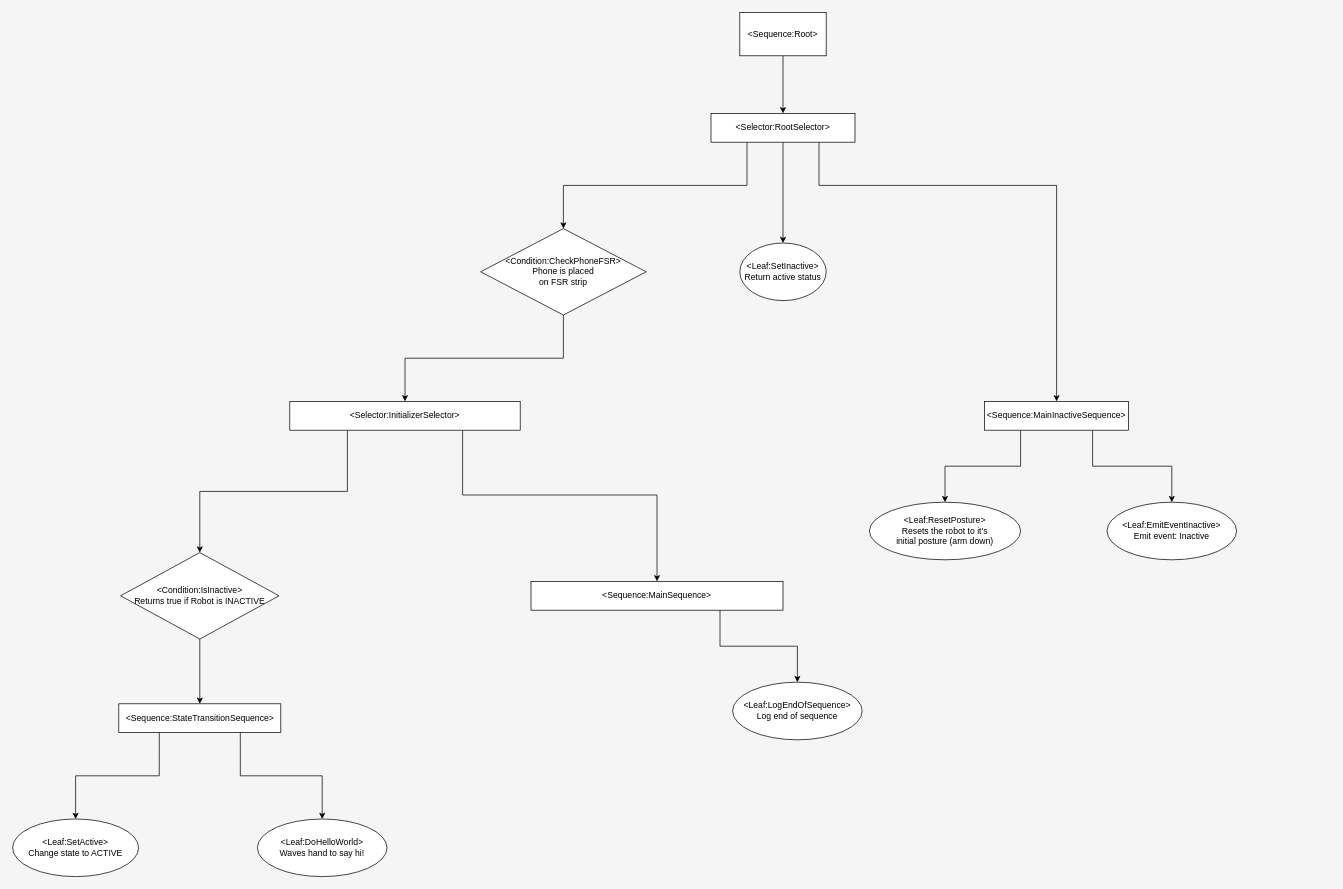
This is docs/behavior-model.drawio from massivebugs/telebyte-robot, a draw.io file, before an edit. Source tidied: cells renumbered, new cells numbered last; positions are measured from the earlier drawing's top-left corner, leaving out a move shared by most shapes. Both pictures are drawn from the tidied source at 72%, with x=0, y=0 at pixel (12, 12).
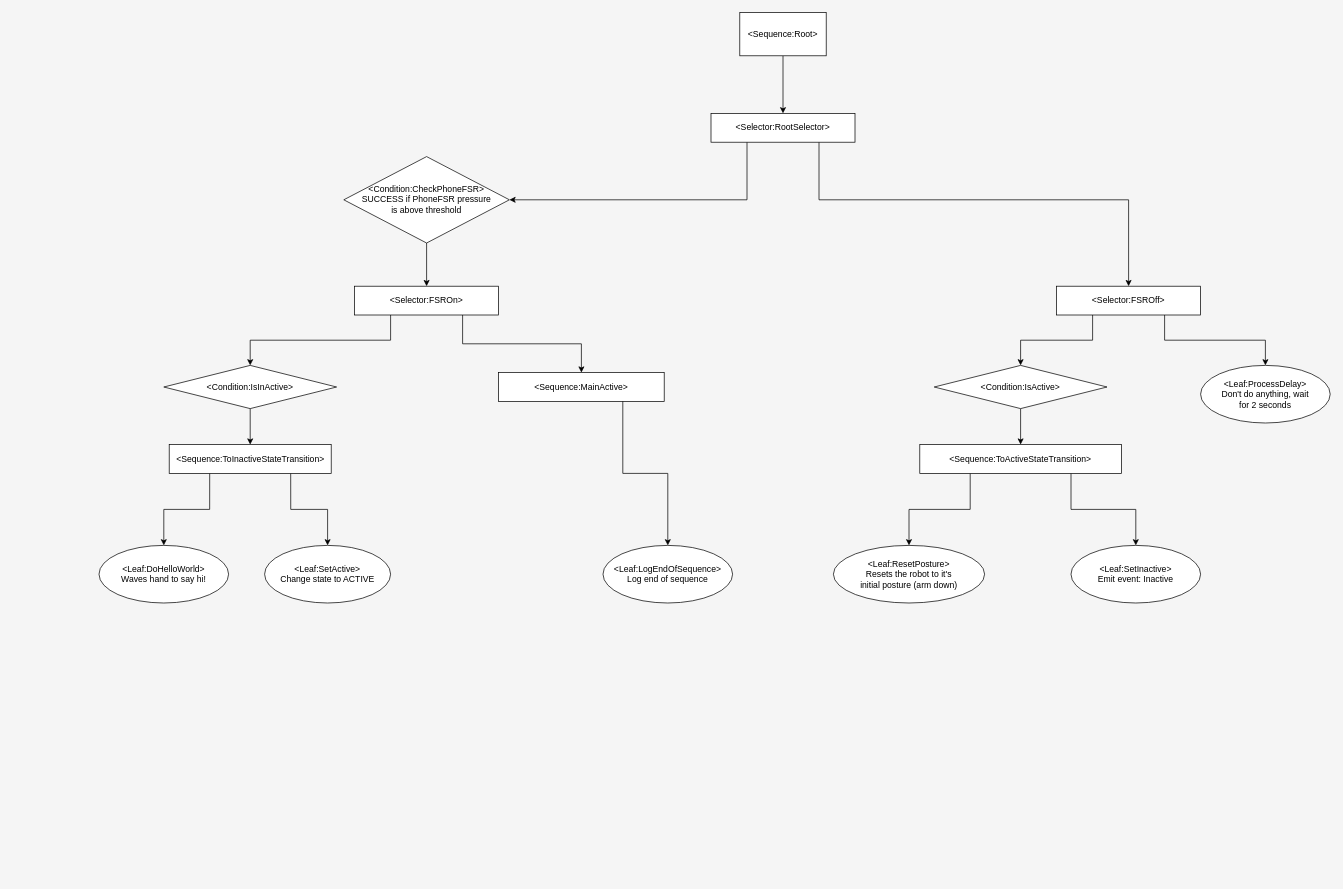
The same diagram, later.

Unchanged cells that the change refers to:
```xml
<mxCell id="5" value="&amp;lt;Selector:RootSelector&amp;gt;" style="rounded=0;whiteSpace=wrap;html=1;" parent="1" vertex="1">
  <mxGeometry x="970" y="140" width="200" height="40" as="geometry" />
</mxCell>
```

Change to the diagram source:
```diff
@@
+    <mxCell id="29" style="edgeStyle=orthogonalEdgeStyle;rounded=0;html=1;exitX=0.75;exitY=1;exitDx=0;exitDy=0;entryX=0.5;entryY=0;entryDx=0;entryDy=0;" parent="1" edge="1" source="5" target="35">
+      <mxGeometry relative="1" as="geometry">
+        <Array as="points">
+          <mxPoint x="1120" y="260" />
+          <mxPoint x="1550" y="260" />
+        </Array>
+      </mxGeometry>
+    </mxCell>
-    <mxCell id="2" style="edgeStyle=orthogonalEdgeStyle;rounded=0;html=1;exitX=0.25;exitY=1;exitDx=0;exitDy=0;entryX=0.5;entryY=0;entryDx=0;entryDy=0;" parent="1" edge="1" source="5" target="14">
+    <mxCell id="2" style="edgeStyle=orthogonalEdgeStyle;rounded=0;html=1;exitX=0.25;exitY=1;exitDx=0;exitDy=0;entryX=1;entryY=0.5;entryDx=0;entryDy=0;" parent="1" edge="1" source="5" target="14">
       <mxGeometry relative="1" as="geometry" />
     </mxCell>
-    <mxCell id="3" style="edgeStyle=orthogonalEdgeStyle;rounded=0;html=1;exitX=0.5;exitY=1;exitDx=0;exitDy=0;entryX=0.5;entryY=0;entryDx=0;entryDy=0;" parent="1" edge="1" source="5" target="15">
-      <mxGeometry relative="1" as="geometry" />
-    </mxCell>
-    <mxCell id="4" style="edgeStyle=orthogonalEdgeStyle;rounded=0;html=1;exitX=0.75;exitY=1;exitDx=0;exitDy=0;entryX=0.5;entryY=0;entryDx=0;entryDy=0;" parent="1" edge="1" source="5" target="8">
-      <mxGeometry relative="1" as="geometry">
-        <Array as="points">
-          <mxPoint x="1120" y="240" />
-          <mxPoint x="1450" y="240" />
-        </Array>
-      </mxGeometry>
-    </mxCell>
@@
-    <mxCell id="8" value="&amp;lt;Sequence:MainInactiveSequence&amp;gt;" style="rounded=0;whiteSpace=wrap;html=1;" parent="1" vertex="1">
-      <mxGeometry x="1350" y="540" width="200" height="40" as="geometry" />
+    <mxCell id="8" value="&amp;lt;Sequence:ToActiveStateTransition&amp;gt;" style="rounded=0;whiteSpace=wrap;html=1;" parent="1" vertex="1">
+      <mxGeometry x="1260" y="600" width="280" height="40" as="geometry" />
     </mxCell>
@@
     <mxCell id="11" value="&amp;lt;Leaf:ResetPosture&amp;gt;&lt;br&gt;Resets the robot to it's&lt;br&gt;initial posture (arm down)" style="ellipse;whiteSpace=wrap;html=1;" parent="1" vertex="1">
-      <mxGeometry x="1190" y="680" width="210" height="80" as="geometry" />
+      <mxGeometry x="1140" y="740" width="210" height="80" as="geometry" />
     </mxCell>
-    <mxCell id="12" value="&amp;lt;Leaf:EmitEventInactive&amp;gt;&lt;br&gt;Emit event: Inactive" style="ellipse;whiteSpace=wrap;html=1;" parent="1" vertex="1">
-      <mxGeometry x="1520" y="680" width="180" height="80" as="geometry" />
+    <mxCell id="12" value="&amp;lt;Leaf:SetInactive&amp;gt;&lt;br&gt;Emit event: Inactive" style="ellipse;whiteSpace=wrap;html=1;" parent="1" vertex="1">
+      <mxGeometry x="1470" y="740" width="180" height="80" as="geometry" />
     </mxCell>
-    <mxCell id="13" style="edgeStyle=orthogonalEdgeStyle;rounded=0;html=1;exitX=0.5;exitY=1;exitDx=0;exitDy=0;entryX=0.5;entryY=0;entryDx=0;entryDy=0;" parent="1" edge="1" source="14" target="26">
-      <mxGeometry relative="1" as="geometry" />
-    </mxCell>
+    <mxCell id="30" style="edgeStyle=orthogonalEdgeStyle;html=1;exitX=0.5;exitY=1;exitDx=0;exitDy=0;entryX=0.5;entryY=0;entryDx=0;entryDy=0;rounded=0;" parent="1" edge="1" source="14" target="38">
+      <mxGeometry relative="1" as="geometry" />
+    </mxCell>
-    <mxCell id="14" value="&amp;lt;Condition:CheckPhoneFSR&amp;gt;&lt;br&gt;Phone is placed&lt;br&gt;on FSR strip" style="rhombus;whiteSpace=wrap;html=1;" parent="1" vertex="1">
-      <mxGeometry x="650" y="300" width="230" height="120" as="geometry" />
+    <mxCell id="14" value="&amp;lt;Condition:CheckPhoneFSR&amp;gt;&lt;br&gt;SUCCESS if PhoneFSR pressure&lt;br&gt;is above threshold" style="rhombus;whiteSpace=wrap;html=1;" parent="1" vertex="1">
+      <mxGeometry x="460" y="200" width="230" height="120" as="geometry" />
     </mxCell>
-    <mxCell id="15" value="&amp;lt;Leaf:SetInactive&amp;gt;&lt;br&gt;Return active status" style="ellipse;whiteSpace=wrap;html=1;" parent="1" vertex="1">
-      <mxGeometry x="1010" y="320" width="120" height="80" as="geometry" />
-    </mxCell>
     <mxCell id="16" value="&amp;lt;Leaf:SetActive&amp;gt;&lt;br&gt;Change state to ACTIVE" style="ellipse;whiteSpace=wrap;html=1;" parent="1" vertex="1">
-      <mxGeometry y="1120" width="175" height="80" as="geometry" />
+      <mxGeometry x="350" y="740" width="175" height="80" as="geometry" />
     </mxCell>
-    <mxCell id="17" style="edgeStyle=orthogonalEdgeStyle;html=1;exitX=0.25;exitY=1;exitDx=0;exitDy=0;entryX=0.5;entryY=0;entryDx=0;entryDy=0;rounded=0;" parent="1" edge="1" source="28" target="16">
-      <mxGeometry relative="1" as="geometry" />
-    </mxCell>
-    <mxCell id="18" value="&amp;lt;Sequence:MainSequence&amp;gt;" style="rounded=0;whiteSpace=wrap;html=1;" parent="1" vertex="1">
-      <mxGeometry x="720" y="790" width="350" height="40" as="geometry" />
+    <mxCell id="18" value="&amp;lt;Sequence:MainActive&amp;gt;" style="rounded=0;whiteSpace=wrap;html=1;" parent="1" vertex="1">
+      <mxGeometry x="675" y="500" width="230" height="40" as="geometry" />
     </mxCell>
     <mxCell id="19" value="&amp;lt;Leaf:LogEndOfSequence&amp;gt;&lt;br&gt;Log end of sequence" style="ellipse;whiteSpace=wrap;html=1;" parent="1" vertex="1">
-      <mxGeometry x="1000" y="930" width="180" height="80" as="geometry" />
+      <mxGeometry x="820" y="740" width="180" height="80" as="geometry" />
     </mxCell>
@@
     <mxCell id="21" value="&amp;lt;Leaf:DoHelloWorld&amp;gt;&lt;br&gt;Waves hand to say hi!" style="ellipse;whiteSpace=wrap;html=1;" parent="1" vertex="1">
-      <mxGeometry x="340" y="1120" width="180" height="80" as="geometry" />
+      <mxGeometry x="120" y="740" width="180" height="80" as="geometry" />
     </mxCell>
-    <mxCell id="22" style="edgeStyle=orthogonalEdgeStyle;rounded=0;html=1;exitX=0.5;exitY=1;exitDx=0;exitDy=0;entryX=0.5;entryY=0;entryDx=0;entryDy=0;" parent="1" edge="1" source="23" target="28">
+    <mxCell id="22" style="edgeStyle=orthogonalEdgeStyle;rounded=0;html=1;exitX=0.5;exitY=1;exitDx=0;exitDy=0;entryX=0.5;entryY=0;entryDx=0;entryDy=0;" parent="1" edge="1" source="40" target="28">
       <mxGeometry relative="1" as="geometry" />
     </mxCell>
-    <mxCell id="23" value="&amp;lt;Condition:IsInactive&amp;gt;&lt;br&gt;Returns true if Robot is INACTIVE" style="rhombus;whiteSpace=wrap;html=1;" parent="1" vertex="1">
-      <mxGeometry x="150" y="750" width="220" height="120" as="geometry" />
-    </mxCell>
-    <mxCell id="24" style="edgeStyle=orthogonalEdgeStyle;rounded=0;html=1;exitX=0.25;exitY=1;exitDx=0;exitDy=0;entryX=0.5;entryY=0;entryDx=0;entryDy=0;" parent="1" edge="1" source="26" target="23">
-      <mxGeometry relative="1" as="geometry" />
-    </mxCell>
-    <mxCell id="25" style="edgeStyle=orthogonalEdgeStyle;rounded=0;html=1;exitX=0.75;exitY=1;exitDx=0;exitDy=0;entryX=0.5;entryY=0;entryDx=0;entryDy=0;" parent="1" edge="1" source="26" target="18">
-      <mxGeometry relative="1" as="geometry">
-        <Array as="points">
-          <mxPoint x="625" y="670" />
-          <mxPoint x="895" y="670" />
-        </Array>
-      </mxGeometry>
-    </mxCell>
-    <mxCell id="26" value="&amp;lt;Selector:InitializerSelector&amp;gt;" style="rounded=0;whiteSpace=wrap;html=1;" parent="1" vertex="1">
-      <mxGeometry x="385" y="540" width="320" height="40" as="geometry" />
-    </mxCell>
-    <mxCell id="27" style="edgeStyle=orthogonalEdgeStyle;rounded=0;html=1;exitX=0.75;exitY=1;exitDx=0;exitDy=0;entryX=0.5;entryY=0;entryDx=0;entryDy=0;" parent="1" edge="1" source="28" target="21">
+    <mxCell id="27" style="edgeStyle=orthogonalEdgeStyle;rounded=0;html=1;exitX=0.25;exitY=1;exitDx=0;exitDy=0;entryX=0.5;entryY=0;entryDx=0;entryDy=0;" parent="1" edge="1" source="28" target="21">
       <mxGeometry relative="1" as="geometry" />
     </mxCell>
+    <mxCell id="17" style="edgeStyle=orthogonalEdgeStyle;rounded=0;html=1;exitX=0.75;exitY=1;exitDx=0;exitDy=0;entryX=0.5;entryY=0;entryDx=0;entryDy=0;" parent="1" edge="1" source="28" target="16">
+      <mxGeometry relative="1" as="geometry" />
+    </mxCell>
-    <mxCell id="28" value="&amp;lt;Sequence:StateTransitionSequence&amp;gt;" style="rounded=0;whiteSpace=wrap;html=1;" parent="1" vertex="1">
-      <mxGeometry x="147.5" y="960" width="225" height="40" as="geometry" />
+    <mxCell id="28" value="&amp;lt;Sequence:ToInactiveStateTransition&amp;gt;" style="rounded=0;whiteSpace=wrap;html=1;" parent="1" vertex="1">
+      <mxGeometry x="217.5" y="600" width="225" height="40" as="geometry" />
     </mxCell>
+    <mxCell id="31" style="edgeStyle=orthogonalEdgeStyle;rounded=0;html=1;exitX=0.5;exitY=1;exitDx=0;exitDy=0;entryX=0.5;entryY=0;entryDx=0;entryDy=0;" parent="1" edge="1" source="32" target="8">
+      <mxGeometry relative="1" as="geometry" />
+    </mxCell>
+    <mxCell id="32" value="&amp;lt;Condition:IsActive&amp;gt;" style="rhombus;whiteSpace=wrap;html=1;" parent="1" vertex="1">
+      <mxGeometry x="1280" y="490" width="240" height="60" as="geometry" />
+    </mxCell>
+    <mxCell id="33" style="edgeStyle=orthogonalEdgeStyle;html=1;exitX=0.25;exitY=1;exitDx=0;exitDy=0;entryX=0.5;entryY=0;entryDx=0;entryDy=0;rounded=0;" parent="1" edge="1" source="35" target="32">
+      <mxGeometry relative="1" as="geometry" />
+    </mxCell>
+    <mxCell id="34" style="edgeStyle=orthogonalEdgeStyle;rounded=0;html=1;exitX=0.75;exitY=1;exitDx=0;exitDy=0;entryX=0.5;entryY=0;entryDx=0;entryDy=0;" parent="1" edge="1" source="35" target="39">
+      <mxGeometry relative="1" as="geometry" />
+    </mxCell>
+    <mxCell id="35" value="&amp;lt;Selector:FSROff&amp;gt;" style="rounded=0;whiteSpace=wrap;html=1;" parent="1" vertex="1">
+      <mxGeometry x="1450" y="380" width="200" height="40" as="geometry" />
+    </mxCell>
+    <mxCell id="36" style="edgeStyle=orthogonalEdgeStyle;rounded=0;html=1;exitX=0.25;exitY=1;exitDx=0;exitDy=0;entryX=0.5;entryY=0;entryDx=0;entryDy=0;" parent="1" edge="1" source="38" target="40">
+      <mxGeometry relative="1" as="geometry" />
+    </mxCell>
+    <mxCell id="37" style="edgeStyle=orthogonalEdgeStyle;rounded=0;html=1;exitX=0.75;exitY=1;exitDx=0;exitDy=0;entryX=0.5;entryY=0;entryDx=0;entryDy=0;" parent="1" edge="1" source="38" target="18">
+      <mxGeometry relative="1" as="geometry" />
+    </mxCell>
+    <mxCell id="38" value="&amp;lt;Selector:FSROn&amp;gt;" style="rounded=0;whiteSpace=wrap;html=1;" parent="1" vertex="1">
+      <mxGeometry x="475" y="380" width="200" height="40" as="geometry" />
+    </mxCell>
+    <mxCell id="39" value="&amp;lt;Leaf:ProcessDelay&amp;gt;&lt;br&gt;Don't do anything, wait&lt;br&gt;for 2 seconds" style="ellipse;whiteSpace=wrap;html=1;" parent="1" vertex="1">
+      <mxGeometry x="1650" y="490" width="180" height="80" as="geometry" />
+    </mxCell>
+    <mxCell id="40" value="&amp;lt;Condition:IsInActive&amp;gt;" style="rhombus;whiteSpace=wrap;html=1;" parent="1" vertex="1">
+      <mxGeometry x="210" y="490" width="240" height="60" as="geometry" />
+    </mxCell>
```
